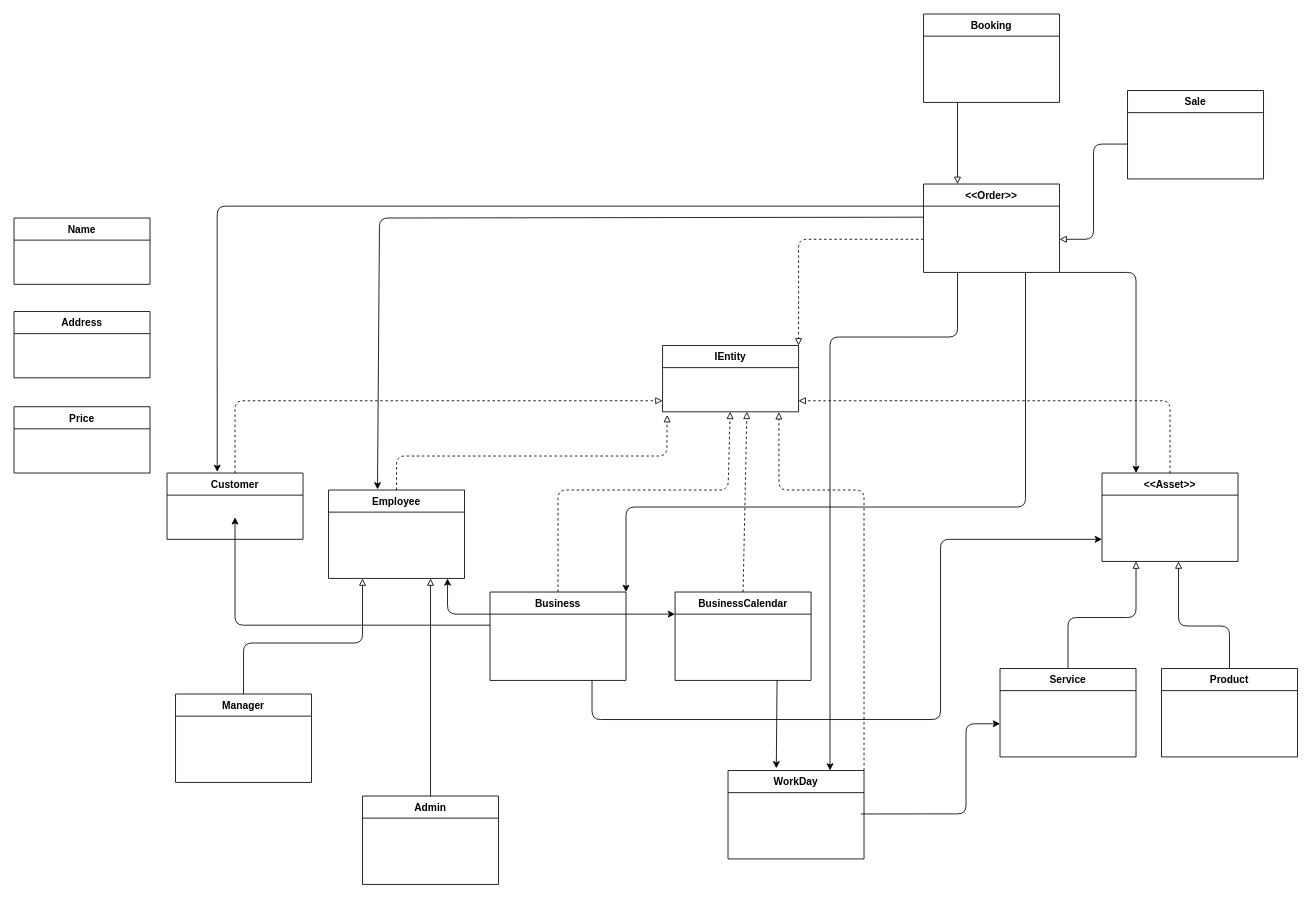
The draw.io diagram docs/Domain Relationship Diagram.drawio in devcicerojr/booksa, before the edit. Source tidied: cells renumbered, new cells numbered last; positions are measured from the earlier drawing's top-left corner, leaving out a move shared by most shapes. Both pictures are drawn from the tidied source at 85%, with x=0, y=0 at pixel (14, 14).
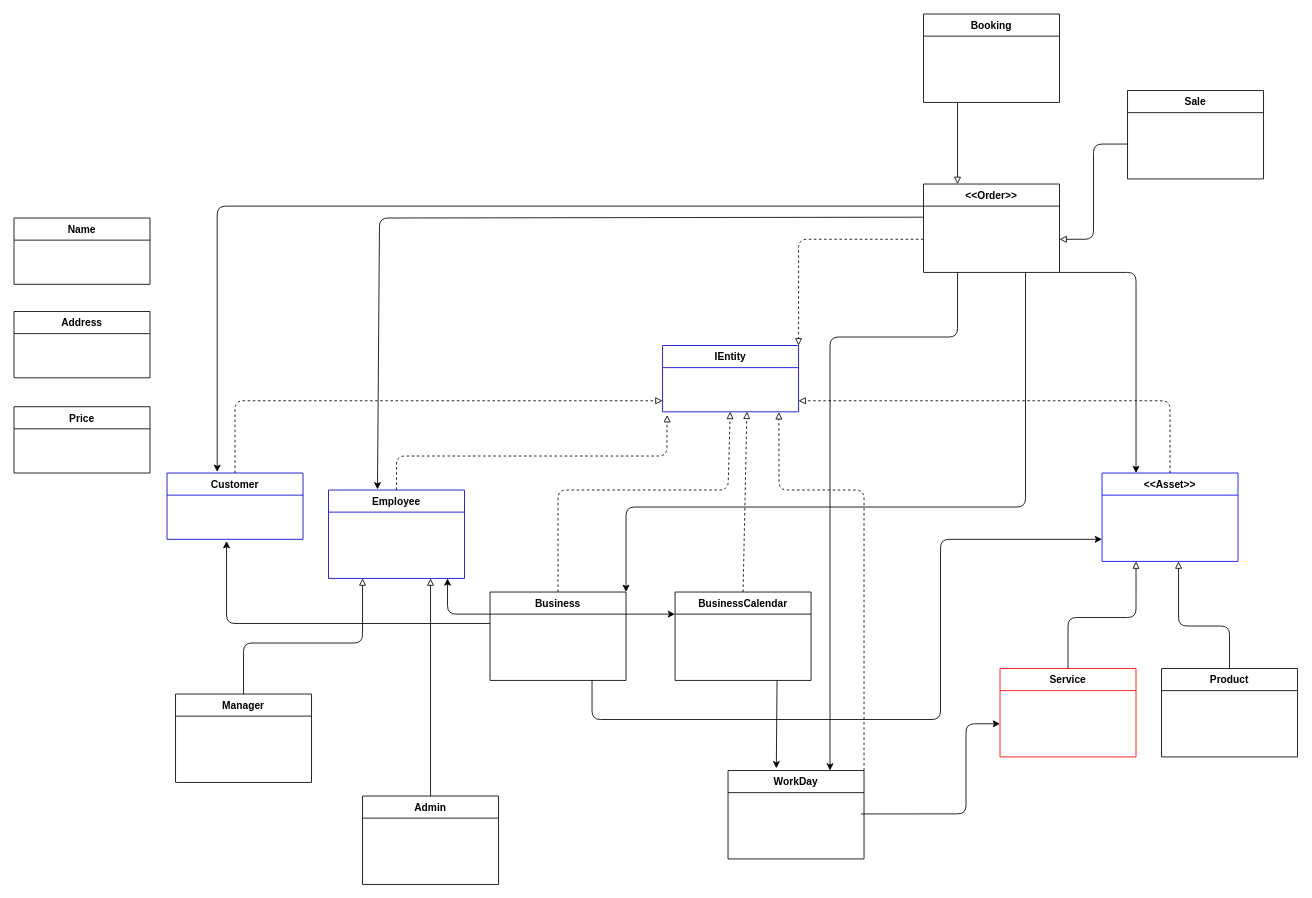
After the change.

Commit message (it also covers changes not shown here):
Improving Asset and Service classes from Domain component

Diff of the diagram source:
```diff
@@
-    <mxCell id="2" value="Customer" style="swimlane;fontStyle=1;horizontal=1;startSize=26;rounded=0;shadow=0;strokeWidth=1;" parent="1" vertex="1">
+    <mxCell id="2" value="Customer" style="swimlane;fontStyle=1;horizontal=1;startSize=26;rounded=0;shadow=0;strokeWidth=1;strokeColor=#0000CC;" parent="1" vertex="1">
       <mxGeometry x="180" y="540" width="160" height="78" as="geometry" />
     </mxCell>
-    <mxCell id="3" value="&lt;&lt;Asset&gt;&gt;" style="swimlane;fontStyle=1;horizontal=1;startSize=26;rounded=0;shadow=0;strokeWidth=1;" parent="1" vertex="1">
+    <mxCell id="3" value="&lt;&lt;Asset&gt;&gt;" style="swimlane;fontStyle=1;horizontal=1;startSize=26;rounded=0;shadow=0;strokeWidth=1;strokeColor=#0000FF;" parent="1" vertex="1">
       <mxGeometry x="1280" y="540" width="160" height="104" as="geometry" />
     </mxCell>
@@
-    <mxCell id="5" value="Employee" style="swimlane;fontStyle=1;horizontal=1;startSize=26;rounded=0;shadow=0;strokeWidth=1;" parent="1" vertex="1">
+    <mxCell id="5" value="Employee" style="swimlane;fontStyle=1;horizontal=1;startSize=26;rounded=0;shadow=0;strokeWidth=1;strokeColor=#0000CC;" parent="1" vertex="1">
       <mxGeometry x="370" y="560" width="160" height="104" as="geometry" />
     </mxCell>
-    <mxCell id="6" value="IEntity" style="swimlane;fontStyle=1;horizontal=1;startSize=26;rounded=0;shadow=0;strokeWidth=1;" parent="1" vertex="1">
+    <mxCell id="6" value="IEntity" style="swimlane;fontStyle=1;horizontal=1;startSize=26;rounded=0;shadow=0;strokeWidth=1;strokeColor=#0000CC;" parent="1" vertex="1">
       <mxGeometry x="763" y="390" width="160" height="78" as="geometry" />
     </mxCell>
-    <mxCell id="7" value="Service" style="swimlane;fontStyle=1;horizontal=1;startSize=26;rounded=0;shadow=0;strokeWidth=1;" parent="1" vertex="1">
+    <mxCell id="7" value="Service" style="swimlane;fontStyle=1;horizontal=1;startSize=26;rounded=0;shadow=0;strokeWidth=1;strokeColor=#FF0000;" parent="1" vertex="1">
       <mxGeometry x="1160" y="770" width="160" height="104" as="geometry" />
     </mxCell>
@@
-    <mxCell id="36" style="endArrow=classic;html=1;exitX=0;exitY=0.5;exitDx=0;exitDy=0;" parent="1" edge="1">
-      <mxGeometry relative="1" as="geometry">
-        <mxPoint x="560" y="719" as="sourcePoint" />
-        <mxPoint x="260" y="592" as="targetPoint" />
-        <Array as="points">
-          <mxPoint x="260" y="719" />
-        </Array>
-      </mxGeometry>
-    </mxCell>
@@
+    <mxCell id="36" style="endArrow=classic;html=1;" parent="1" edge="1">
+      <mxGeometry relative="1" as="geometry">
+        <mxPoint x="560" y="717" as="sourcePoint" />
+        <mxPoint x="250" y="620" as="targetPoint" />
+        <Array as="points">
+          <mxPoint x="250" y="717" />
+        </Array>
+      </mxGeometry>
+    </mxCell>
```
